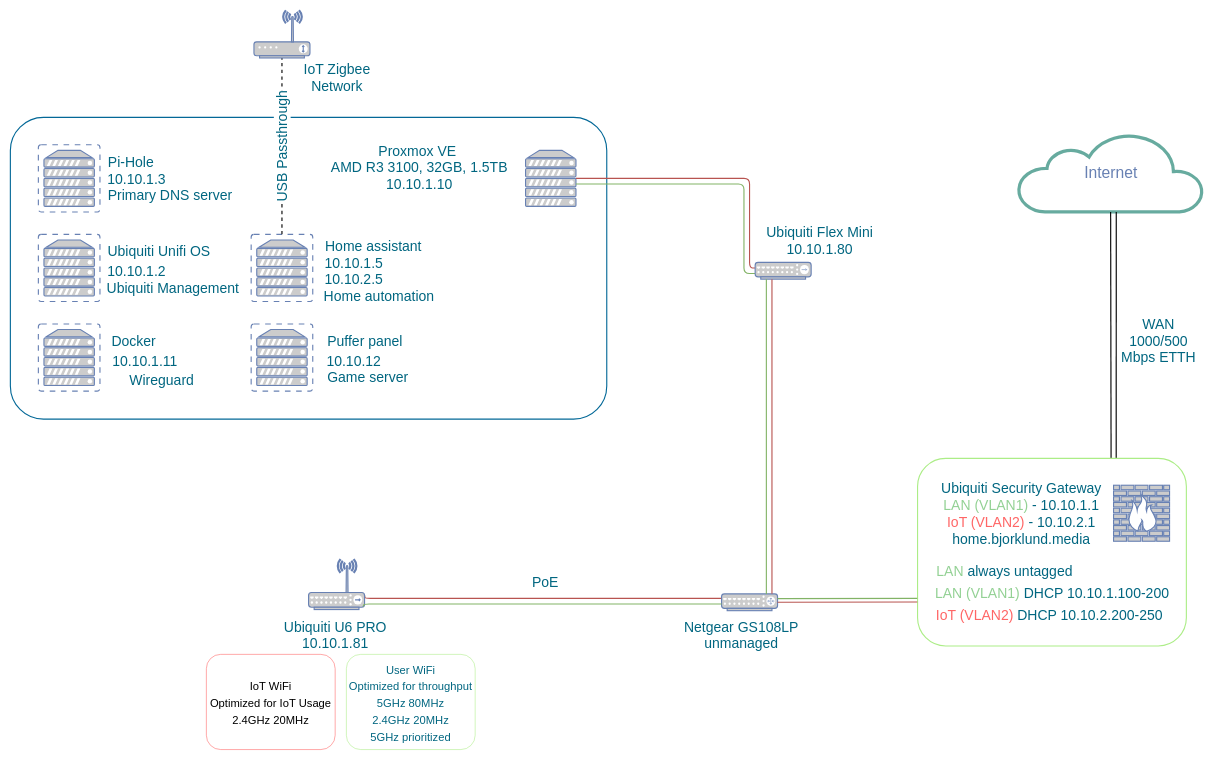
Above: Drawio/network.drawio in Vili-B/HomeLab (draw.io), before the change. Source tidied: cells renumbered, new cells numbered last; positions are measured from the earlier drawing's top-left corner, leaving out a move shared by most shapes. Both pictures are drawn from the tidied source at 56%, with x=0, y=0 at pixel (10, 10).
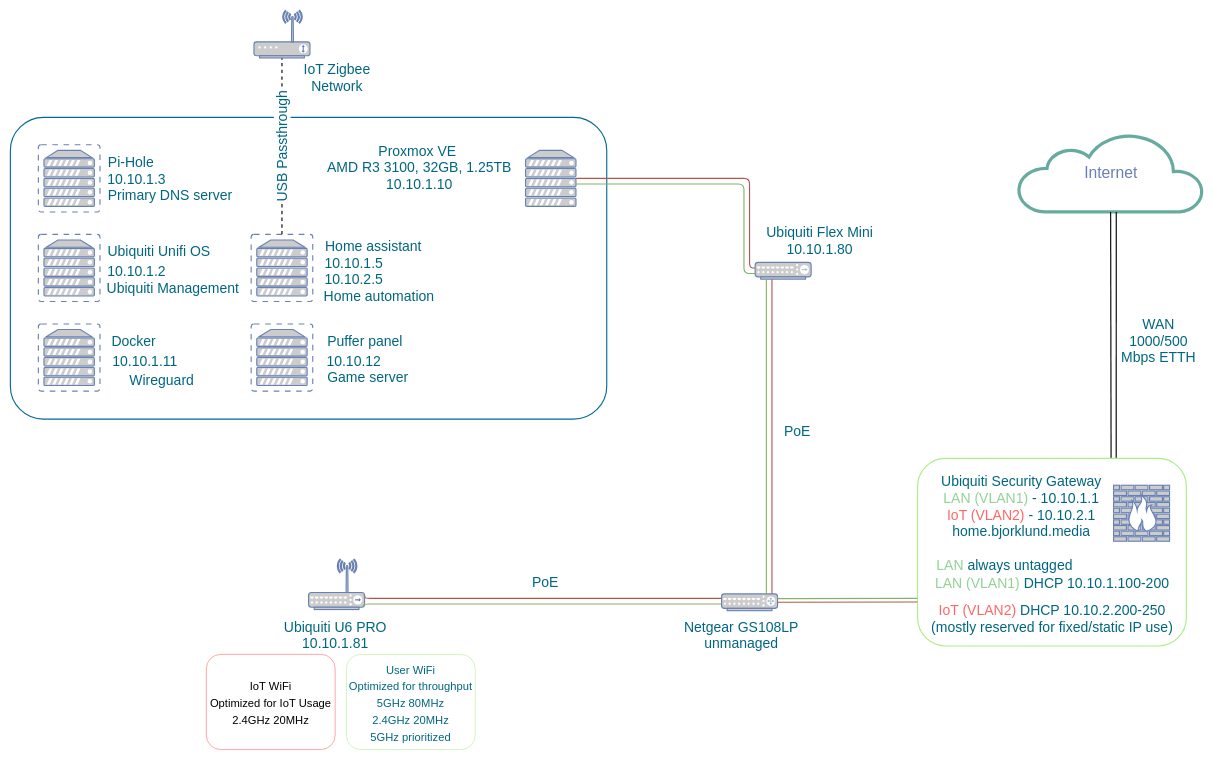
The same diagram, later.

The edit, as a diff of the source:
```diff
@@
-    <mxCell id="9" value="Proxmox VE&amp;nbsp;&lt;br&gt;AMD R3 3100, 32GB, 1.5TB&lt;br&gt;10.10.1.10" style="text;html=1;align=center;verticalAlign=middle;strokeColor=none;fillColor=none;fontSize=25;fontColor=#006680;" parent="1" vertex="1">
-      <mxGeometry x="560" y="230" width="340" height="100" as="geometry" />
+    <mxCell id="9" value="Proxmox VE&amp;nbsp;&lt;br&gt;AMD R3 3100, 32GB, 1.25TB&lt;br&gt;10.10.1.10" style="text;html=1;align=center;verticalAlign=middle;strokeColor=none;fillColor=none;fontSize=25;fontColor=#006680;" parent="1" vertex="1">
+      <mxGeometry x="555" y="230" width="350" height="100" as="geometry" />
     </mxCell>
@@
     <mxCell id="18" value="&lt;font style=&quot;font-size: 25px;&quot;&gt;&lt;font color=&quot;#006680&quot;&gt;Ubiquiti Security Gateway&lt;/font&gt;&lt;br&gt;&lt;font color=&quot;#93d194&quot;&gt;LAN (VLAN1)&lt;/font&gt;&lt;/font&gt;&lt;font color=&quot;#006680&quot; style=&quot;font-size: 25px;&quot;&gt; - 10.10.1.1&lt;br&gt;&lt;/font&gt;&lt;span style=&quot;color: rgb(255, 102, 102); font-size: 25px;&quot;&gt;IoT (VLAN2)&amp;nbsp;&lt;/span&gt;&lt;font color=&quot;#006680&quot; style=&quot;font-size: 25px;&quot;&gt;- 10.10.2.1&lt;br&gt;home.bjorklund.media&lt;br&gt;&lt;/font&gt;" style="text;html=1;align=center;verticalAlign=middle;strokeColor=none;fillColor=none;" parent="1" vertex="1">
-      <mxGeometry x="1650" y="833" width="310" height="130" as="geometry" />
+      <mxGeometry x="1650" y="820" width="310" height="130" as="geometry" />
     </mxCell>
     <mxCell id="19" value="&lt;font color=&quot;#93d194&quot;&gt;LAN (VLAN1)&lt;/font&gt;&lt;font color=&quot;#006680&quot;&gt; DHCP 10.10.1.100-200&lt;/font&gt;" style="text;html=1;align=center;verticalAlign=middle;strokeColor=none;fillColor=none;fontSize=25;fontColor=#FF6666;" parent="1" vertex="1">
-      <mxGeometry x="1640" y="1020" width="440" height="40" as="geometry" />
+      <mxGeometry x="1640" y="1002" width="440" height="40" as="geometry" />
     </mxCell>
-    <mxCell id="20" value="IoT (VLAN2)&lt;font color=&quot;#006680&quot;&gt;&amp;nbsp;DHCP 10.10.2.200-250&lt;/font&gt;" style="text;html=1;align=center;verticalAlign=middle;strokeColor=none;fillColor=none;fontSize=25;fontColor=#FF6666;" parent="1" vertex="1">
-      <mxGeometry x="1640" y="1060" width="430" height="40" as="geometry" />
+    <mxCell id="20" value="IoT (VLAN2)&lt;font color=&quot;#006680&quot;&gt;&amp;nbsp;DHCP 10.10.2.200-250&lt;br&gt;(mostly reserved for fixed/static IP use)&lt;br&gt;&lt;/font&gt;" style="text;html=1;align=center;verticalAlign=middle;strokeColor=none;fillColor=none;fontSize=25;fontColor=#FF6666;" parent="1" vertex="1">
+      <mxGeometry x="1630" y="1050" width="460" height="70" as="geometry" />
     </mxCell>
@@
     <mxCell id="54" value="&lt;span style=&quot;color: rgb(147, 209, 148);&quot;&gt;LAN&amp;nbsp;&lt;/span&gt;always untagged" style="text;html=1;align=center;verticalAlign=middle;strokeColor=none;fillColor=none;fontSize=25;fontColor=#006680;" parent="1" vertex="1">
-      <mxGeometry x="1640" y="980" width="270" height="40" as="geometry" />
+      <mxGeometry x="1640" y="970" width="270" height="40" as="geometry" />
     </mxCell>
@@
+    <mxCell id="56" value="PoE" style="text;html=1;align=center;verticalAlign=middle;strokeColor=none;fillColor=none;fontSize=25;fontColor=#006680;" parent="1" vertex="1">
+      <mxGeometry x="1370" y="730" width="70" height="40" as="geometry" />
+    </mxCell>
```
